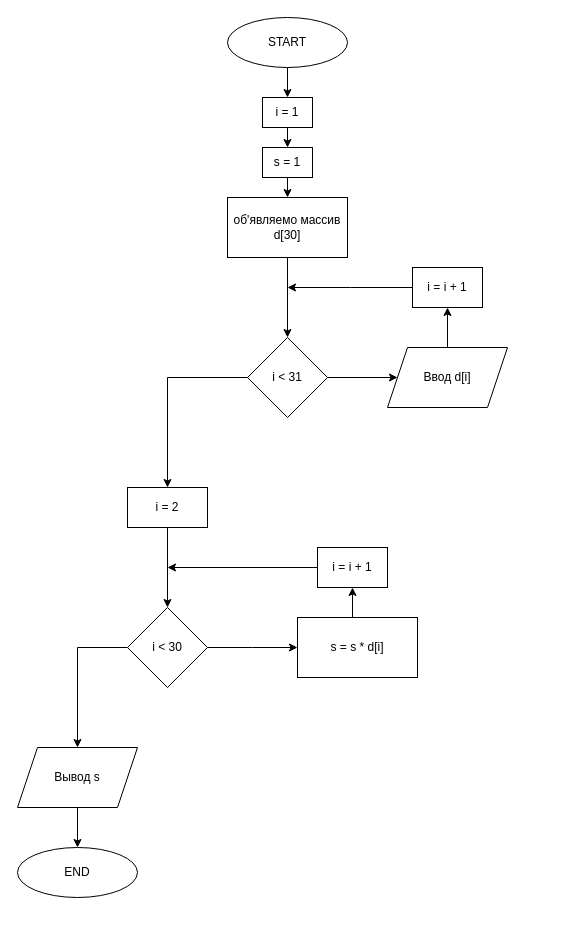
Earlier version of the draw.io diagram Untitled Diagram.drawio (ArtemYo8283/test). Source tidied: cells renumbered, new cells numbered last; positions are measured from the earlier drawing's top-left corner, leaving out a move shared by most shapes. Both pictures are drawn from the tidied source at 100%, with x=0, y=0 at pixel (17, 17).
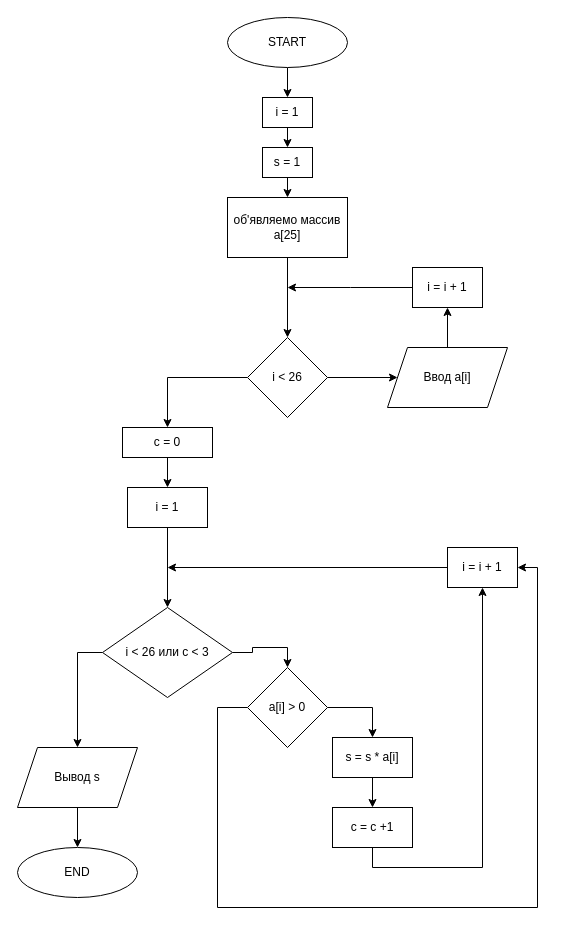
After the change.

Diff of the diagram source:
```diff
@@
-    <mxCell id="6" style="edgeStyle=orthogonalEdgeStyle;rounded=0;jettySize=auto;html=1;exitX=0;exitY=0.5;exitDx=0;exitDy=0;entryX=0.5;entryY=0;entryDx=0;entryDy=0;" parent="1" edge="1" source="8" target="19">
-      <mxGeometry relative="1" as="geometry" />
+    <mxCell id="6" style="edgeStyle=orthogonalEdgeStyle;rounded=0;jettySize=auto;html=1;exitX=0;exitY=0.5;exitDx=0;exitDy=0;entryX=0.5;entryY=0;entryDx=0;entryDy=0;" parent="1" edge="1" source="8" target="35">
+      <mxGeometry relative="1" as="geometry">
+        <Array as="points">
+          <mxPoint x="150" y="360" />
+        </Array>
+      </mxGeometry>
     </mxCell>
@@
-    <mxCell id="8" value="i &amp;lt; 31" style="rhombus;whiteSpace=wrap;html=1;" parent="1" vertex="1">
+    <mxCell id="8" value="i &amp;lt; 26" style="rhombus;whiteSpace=wrap;html=1;" parent="1" vertex="1">
       <mxGeometry x="230" y="320" width="80" height="80" as="geometry" />
     </mxCell>
@@
-    <mxCell id="10" value="об'являемо массив d[30]" style="rounded=0;whiteSpace=wrap;html=1;" parent="1" vertex="1">
+    <mxCell id="10" value="об'являемо массив a[25]" style="rounded=0;whiteSpace=wrap;html=1;" parent="1" vertex="1">
       <mxGeometry x="210" y="180" width="120" height="60" as="geometry" />
     </mxCell>
@@
-    <mxCell id="14" value="Ввод d[i]" style="shape=parallelogram;perimeter=parallelogramPerimeter;whiteSpace=wrap;html=1;fixedSize=1;" parent="1" vertex="1">
+    <mxCell id="14" value="Ввод a[i]" style="shape=parallelogram;perimeter=parallelogramPerimeter;whiteSpace=wrap;html=1;fixedSize=1;" parent="1" vertex="1">
       <mxGeometry x="370" y="330" width="120" height="60" as="geometry" />
     </mxCell>
@@
-    <mxCell id="19" value="i = 2" style="rounded=0;whiteSpace=wrap;html=1;" parent="1" vertex="1">
+    <mxCell id="19" value="i = 1" style="rounded=0;whiteSpace=wrap;html=1;" parent="1" vertex="1">
       <mxGeometry x="110" y="470" width="80" height="40" as="geometry" />
     </mxCell>
@@
     <mxCell id="21" value="i = i + 1" style="rounded=0;whiteSpace=wrap;html=1;" parent="1" vertex="1">
-      <mxGeometry x="300" y="530" width="70" height="40" as="geometry" />
+      <mxGeometry x="430" y="530" width="70" height="40" as="geometry" />
     </mxCell>
-    <mxCell id="22" style="edgeStyle=orthogonalEdgeStyle;rounded=0;jettySize=auto;html=1;exitX=0.5;exitY=0;exitDx=0;exitDy=0;entryX=0.5;entryY=1;entryDx=0;entryDy=0;" parent="1" edge="1" target="21">
-      <mxGeometry relative="1" as="geometry">
-        <mxPoint x="330" y="600" as="sourcePoint" />
-      </mxGeometry>
-    </mxCell>
@@
-    <mxCell id="24" style="edgeStyle=orthogonalEdgeStyle;rounded=0;jettySize=auto;html=1;exitX=1;exitY=0.5;exitDx=0;exitDy=0;" parent="1" edge="1" source="25">
-      <mxGeometry relative="1" as="geometry">
-        <mxPoint x="280" y="630" as="targetPoint" />
-      </mxGeometry>
-    </mxCell>
+    <mxCell id="29" style="edgeStyle=orthogonalEdgeStyle;rounded=0;jettySize=auto;html=1;exitX=1;exitY=0.5;exitDx=0;exitDy=0;entryX=0.5;entryY=0;entryDx=0;entryDy=0;" parent="1" edge="1" source="25" target="33">
+      <mxGeometry relative="1" as="geometry" />
+    </mxCell>
-    <mxCell id="25" value="i &amp;lt; 30" style="rhombus;whiteSpace=wrap;html=1;" parent="1" vertex="1">
-      <mxGeometry x="110" y="590" width="80" height="80" as="geometry" />
+    <mxCell id="25" value="i &amp;lt; 26 или c &amp;lt; 3" style="rhombus;whiteSpace=wrap;html=1;" parent="1" vertex="1">
+      <mxGeometry x="85" y="590" width="130" height="90" as="geometry" />
     </mxCell>
@@
+    <mxCell id="30" style="edgeStyle=orthogonalEdgeStyle;rounded=0;jettySize=auto;html=1;exitX=0.5;exitY=1;exitDx=0;exitDy=0;entryX=0.5;entryY=0;entryDx=0;entryDy=0;" parent="1" edge="1" source="28" target="37">
+      <mxGeometry relative="1" as="geometry" />
+    </mxCell>
-    <mxCell id="28" value="s = s * d[i]" style="rounded=0;whiteSpace=wrap;html=1;" parent="1" vertex="1">
-      <mxGeometry x="280" y="600" width="120" height="60" as="geometry" />
+    <mxCell id="28" value="s = s * a[i]" style="rounded=0;whiteSpace=wrap;html=1;" parent="1" vertex="1">
+      <mxGeometry x="315" y="720" width="80" height="40" as="geometry" />
     </mxCell>
+    <mxCell id="31" style="edgeStyle=orthogonalEdgeStyle;rounded=0;jettySize=auto;html=1;exitX=1;exitY=0.5;exitDx=0;exitDy=0;entryX=0.5;entryY=0;entryDx=0;entryDy=0;" parent="1" edge="1" source="33" target="28">
+      <mxGeometry relative="1" as="geometry" />
+    </mxCell>
+    <mxCell id="32" style="edgeStyle=orthogonalEdgeStyle;rounded=0;jettySize=auto;html=1;exitX=0;exitY=0.5;exitDx=0;exitDy=0;entryX=1;entryY=0.5;entryDx=0;entryDy=0;" parent="1" edge="1" source="33" target="21">
+      <mxGeometry relative="1" as="geometry">
+        <Array as="points">
+          <mxPoint x="200" y="690" />
+          <mxPoint x="200" y="890" />
+          <mxPoint x="520" y="890" />
+          <mxPoint x="520" y="550" />
+        </Array>
+      </mxGeometry>
+    </mxCell>
+    <mxCell id="33" value="a[i] &amp;gt; 0" style="rhombus;whiteSpace=wrap;html=1;" parent="1" vertex="1">
+      <mxGeometry x="230" y="650" width="80" height="80" as="geometry" />
+    </mxCell>
+    <mxCell id="34" style="edgeStyle=orthogonalEdgeStyle;rounded=0;jettySize=auto;html=1;" parent="1" edge="1" source="35" target="19">
+      <mxGeometry relative="1" as="geometry" />
+    </mxCell>
+    <mxCell id="35" value="c = 0" style="rounded=0;whiteSpace=wrap;html=1;" parent="1" vertex="1">
+      <mxGeometry x="105" y="410" width="90" height="30" as="geometry" />
+    </mxCell>
+    <mxCell id="36" style="edgeStyle=orthogonalEdgeStyle;rounded=0;jettySize=auto;html=1;exitX=0.5;exitY=1;exitDx=0;exitDy=0;entryX=0.5;entryY=1;entryDx=0;entryDy=0;" parent="1" edge="1" source="37" target="21">
+      <mxGeometry relative="1" as="geometry" />
+    </mxCell>
+    <mxCell id="37" value="c = c +1" style="rounded=0;whiteSpace=wrap;html=1;" parent="1" vertex="1">
+      <mxGeometry x="315" y="790" width="80" height="40" as="geometry" />
+    </mxCell>
```
